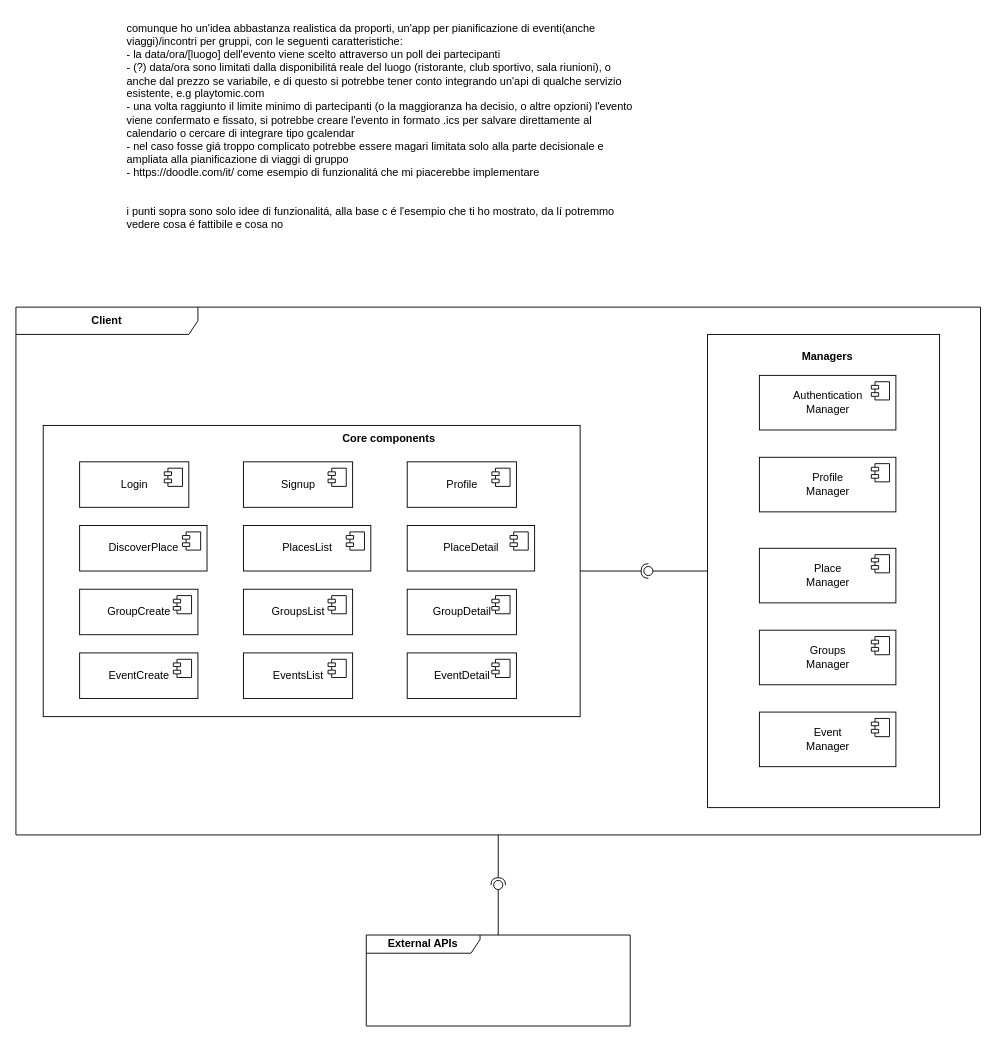
Earlier version of the draw.io diagram DD.drawio (laaners/DIMA_DD). Source tidied: cells renumbered, new cells numbered last; positions are measured from the earlier drawing's top-left corner, leaving out a move shared by most shapes. Both pictures are drawn from the tidied source at 91%, with x=0, y=0 at pixel (15, 15).
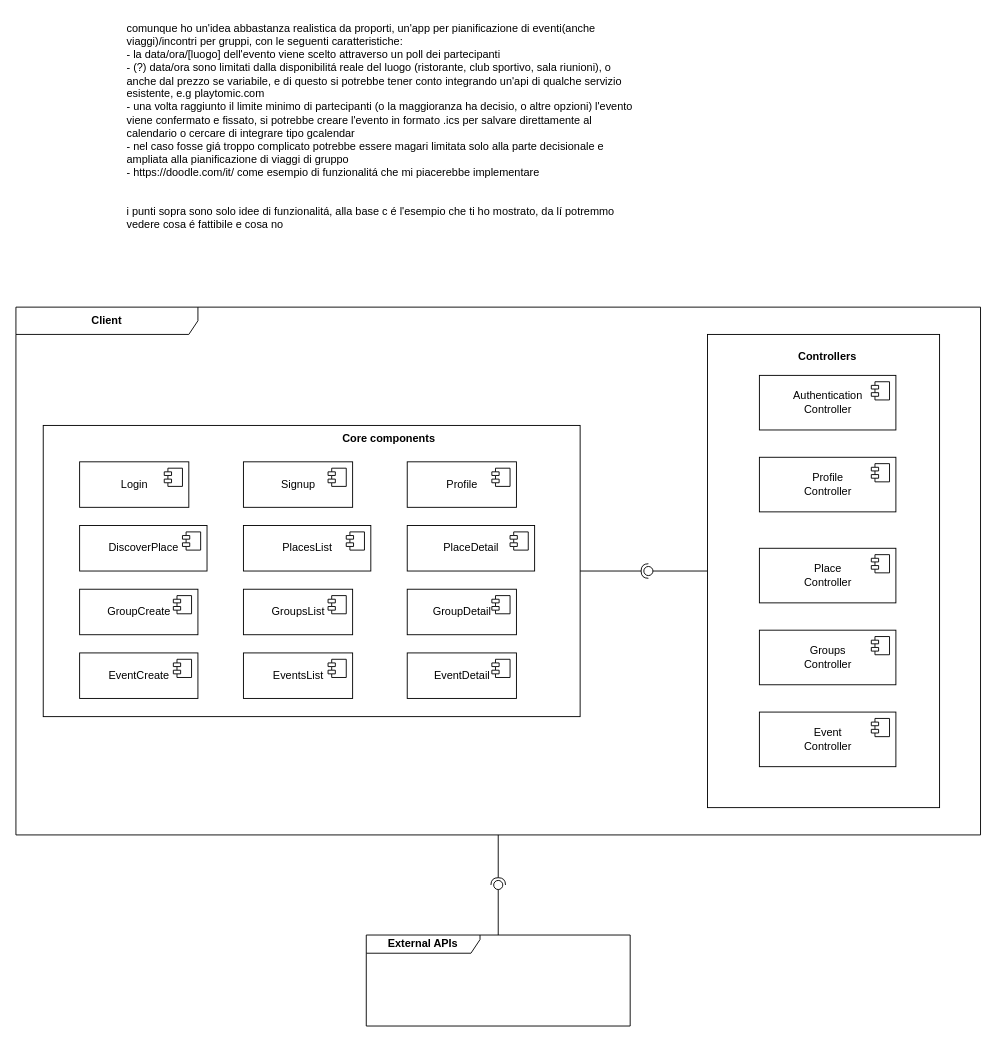
After the change.

Change to the diagram source:
```diff
@@
-<mxGraphModel>
+<mxGraphModel background="#FFFFFF">
@@
-    <mxCell id="31" value="Authentication&lt;br&gt;Manager" style="html=1;" parent="1" vertex="1">
+    <mxCell id="31" value="Authentication&lt;br&gt;Controller" style="html=1;" parent="1" vertex="1">
       <mxGeometry x="817" y="395" width="150" height="60" as="geometry" />
     </mxCell>
@@
-    <mxCell id="33" value="Profile&lt;br&gt;Manager" style="html=1;" parent="1" vertex="1">
+    <mxCell id="33" value="Profile&lt;br&gt;Controller" style="html=1;" parent="1" vertex="1">
       <mxGeometry x="817" y="485" width="150" height="60" as="geometry" />
     </mxCell>
@@
-    <mxCell id="35" value="Place&lt;br&gt;Manager" style="html=1;" parent="1" vertex="1">
+    <mxCell id="35" value="Place&lt;br&gt;Controller" style="html=1;" parent="1" vertex="1">
       <mxGeometry x="817" y="585" width="150" height="60" as="geometry" />
     </mxCell>
@@
-    <mxCell id="37" value="Groups&lt;br&gt;Manager" style="html=1;" parent="1" vertex="1">
+    <mxCell id="37" value="Groups&lt;br&gt;Controller" style="html=1;" parent="1" vertex="1">
       <mxGeometry x="817" y="675" width="150" height="60" as="geometry" />
     </mxCell>
@@
-    <mxCell id="39" value="Event&lt;br&gt;Manager" style="html=1;" parent="1" vertex="1">
+    <mxCell id="39" value="Event&lt;br&gt;Controller" style="html=1;" parent="1" vertex="1">
       <mxGeometry x="817" y="765" width="150" height="60" as="geometry" />
     </mxCell>
@@
-    <mxCell id="41" value="&lt;b&gt;Managers&lt;/b&gt;" style="text;html=1;strokeColor=none;fillColor=none;align=center;verticalAlign=middle;whiteSpace=wrap;rounded=0;" parent="1" vertex="1">
+    <mxCell id="41" value="&lt;b&gt;Controllers&lt;/b&gt;" style="text;html=1;strokeColor=none;fillColor=none;align=center;verticalAlign=middle;whiteSpace=wrap;rounded=0;" parent="1" vertex="1">
       <mxGeometry x="817" y="360" width="150" height="30" as="geometry" />
     </mxCell>
```
